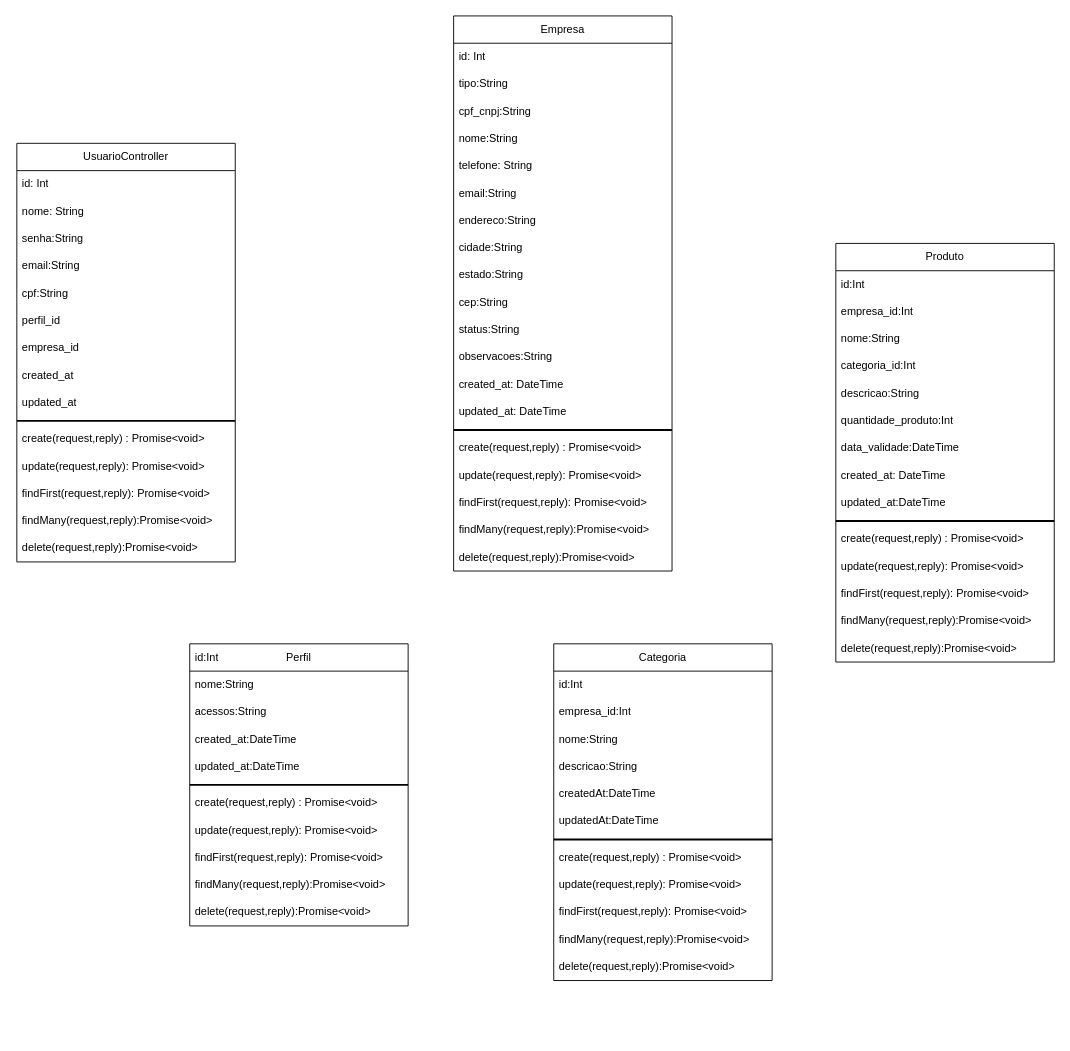
The draw.io diagram backend/classDiagram.dio in murilomelo7/projeto-gerenciador-armazem, before the edit. Source tidied: cells renumbered, new cells numbered last; positions are measured from the earlier drawing's top-left corner, leaving out a move shared by most shapes. Both pictures are drawn from the tidied source at 91%, with x=0, y=0 at pixel (16, 15).
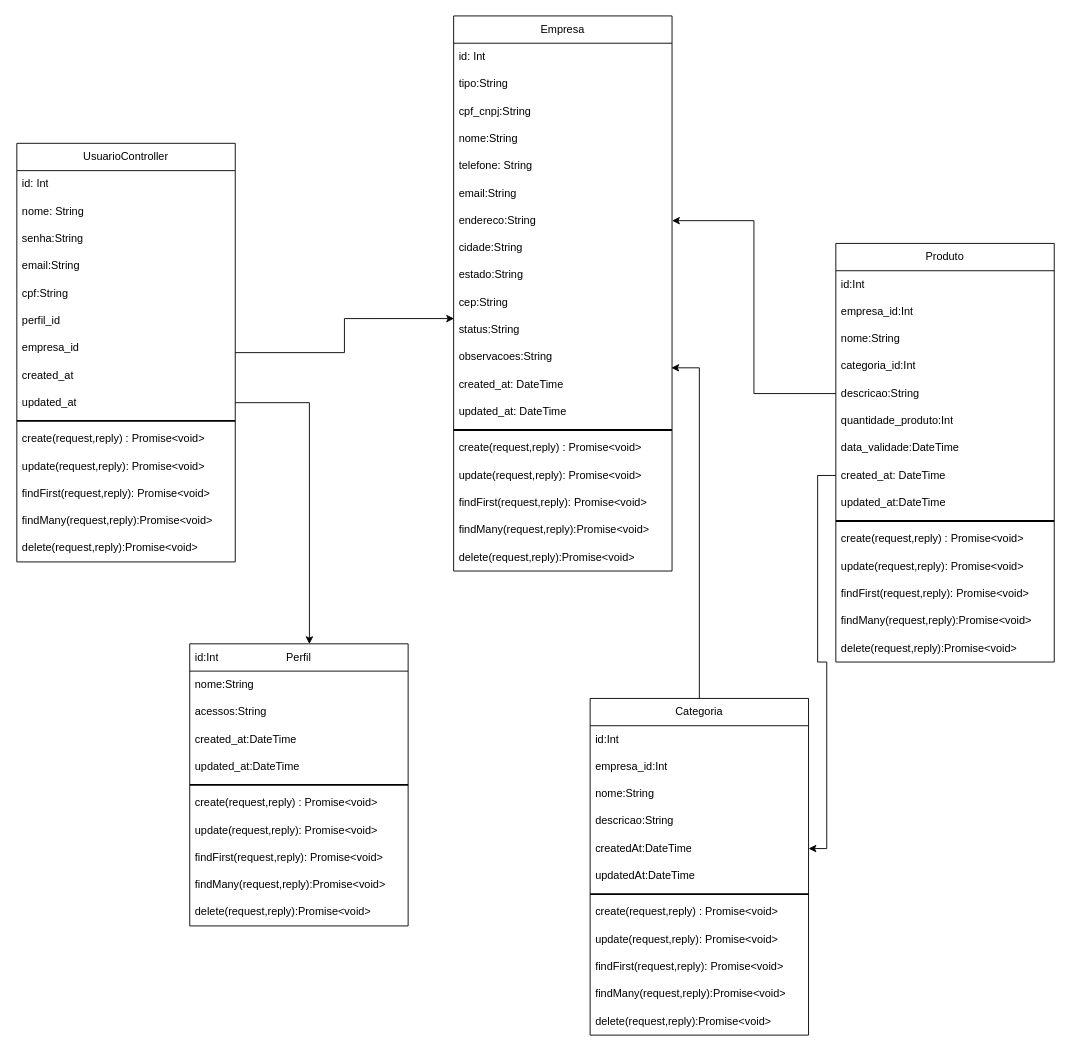
After the change.

Unchanged cells that the change refers to:
```xml
<mxCell id="7" value="createdAt:DateTime" style="text;strokeColor=none;fillColor=none;align=left;verticalAlign=middle;spacingLeft=4;spacingRight=4;overflow=hidden;points=[[0,0.5],[1,0.5]];portConstraint=eastwest;whiteSpace=wrap;html=1;fontSize=12;" parent="2" vertex="1">
  <mxGeometry y="150" width="240" height="30" as="geometry" />
</mxCell>
<mxCell id="33" value="endereco:String" style="text;strokeColor=none;fillColor=none;align=left;verticalAlign=middle;spacingLeft=4;spacingRight=4;overflow=hidden;points=[[0,0.5],[1,0.5]];portConstraint=eastwest;whiteSpace=wrap;html=1;fontSize=12;" parent="26" vertex="1">
  <mxGeometry y="210" width="240" height="30" as="geometry" />
</mxCell>
<mxCell id="37" value="status:String" style="text;strokeColor=none;fillColor=none;align=left;verticalAlign=middle;spacingLeft=4;spacingRight=4;overflow=hidden;points=[[0,0.5],[1,0.5]];portConstraint=eastwest;whiteSpace=wrap;html=1;fontSize=12;" parent="26" vertex="1">
  <mxGeometry y="330" width="240" height="30" as="geometry" />
</mxCell>
<mxCell id="39" value="created_at: DateTime" style="text;strokeColor=none;fillColor=none;align=left;verticalAlign=middle;spacingLeft=4;spacingRight=4;overflow=hidden;points=[[0,0.5],[1,0.5]];portConstraint=eastwest;whiteSpace=wrap;html=1;fontSize=12;" parent="26" vertex="1">
  <mxGeometry y="390" width="240" height="30" as="geometry" />
</mxCell>
<mxCell id="52" value="descricao:String" style="text;strokeColor=none;fillColor=none;align=left;verticalAlign=middle;spacingLeft=4;spacingRight=4;overflow=hidden;points=[[0,0.5],[1,0.5]];portConstraint=eastwest;whiteSpace=wrap;html=1;fontSize=12;" parent="47" vertex="1">
  <mxGeometry y="150" width="240" height="30" as="geometry" />
</mxCell>
<mxCell id="55" value="created_at: DateTime" style="text;strokeColor=none;fillColor=none;align=left;verticalAlign=middle;spacingLeft=4;spacingRight=4;overflow=hidden;points=[[0,0.5],[1,0.5]];portConstraint=eastwest;whiteSpace=wrap;html=1;fontSize=12;" parent="47" vertex="1">
  <mxGeometry y="240" width="240" height="30" as="geometry" />
</mxCell>
<mxCell id="63" value="UsuarioController" style="swimlane;fontStyle=0;horizontal=1;startSize=30;whiteSpace=wrap;html=1;" parent="1" vertex="1">
  <mxGeometry y="140" width="240" height="460" as="geometry" />
</mxCell>
<mxCell id="72" value="updated_at" style="text;strokeColor=none;fillColor=none;align=left;verticalAlign=middle;spacingLeft=4;spacingRight=4;overflow=hidden;points=[[0,0.5],[1,0.5]];portConstraint=eastwest;whiteSpace=wrap;html=1;fontSize=12;" parent="63" vertex="1">
  <mxGeometry y="270" width="240" height="30" as="geometry" />
</mxCell>
<mxCell id="79" value="id:Int" style="text;strokeColor=none;fillColor=none;align=left;verticalAlign=middle;spacingLeft=4;spacingRight=4;overflow=hidden;points=[[0,0.5],[1,0.5]];portConstraint=eastwest;whiteSpace=wrap;html=1;fontSize=12;" parent="1" vertex="1">
  <mxGeometry x="190" y="690" width="240" height="30" as="geometry" />
</mxCell>
```

Diff of the diagram source:
```diff
@@
     <mxCell id="2" value="Categoria" style="swimlane;fontStyle=0;horizontal=1;startSize=30;whiteSpace=wrap;html=1;" parent="1" vertex="1">
-      <mxGeometry x="590" y="690" width="240" height="370" as="geometry" />
+      <mxGeometry x="630" y="750" width="240" height="370" as="geometry" />
     </mxCell>
@@
+    <mxCell id="80" style="edgeStyle=orthogonalEdgeStyle;rounded=0;jettySize=auto;html=1;entryX=1;entryY=0.5;entryDx=0;entryDy=0;" parent="1" edge="1" source="52" target="33">
+      <mxGeometry relative="1" as="geometry" />
+    </mxCell>
+    <mxCell id="81" style="edgeStyle=orthogonalEdgeStyle;rounded=0;jettySize=auto;html=1;entryX=0.002;entryY=0.086;entryDx=0;entryDy=0;entryPerimeter=0;" parent="1" edge="1" source="63" target="37">
+      <mxGeometry relative="1" as="geometry" />
+    </mxCell>
+    <mxCell id="82" style="edgeStyle=orthogonalEdgeStyle;rounded=0;jettySize=auto;html=1;entryX=0.548;entryY=0.008;entryDx=0;entryDy=0;entryPerimeter=0;" parent="1" edge="1" source="72" target="79">
+      <mxGeometry relative="1" as="geometry" />
+    </mxCell>
+    <mxCell id="83" style="edgeStyle=orthogonalEdgeStyle;rounded=0;jettySize=auto;html=1;entryX=1;entryY=0.5;entryDx=0;entryDy=0;" parent="1" edge="1" source="55" target="7">
+      <mxGeometry relative="1" as="geometry" />
+    </mxCell>
+    <mxCell id="84" style="edgeStyle=orthogonalEdgeStyle;rounded=0;jettySize=auto;html=1;entryX=0.997;entryY=-0.11;entryDx=0;entryDy=0;entryPerimeter=0;" parent="1" edge="1" source="2" target="39">
+      <mxGeometry relative="1" as="geometry" />
+    </mxCell>
```
